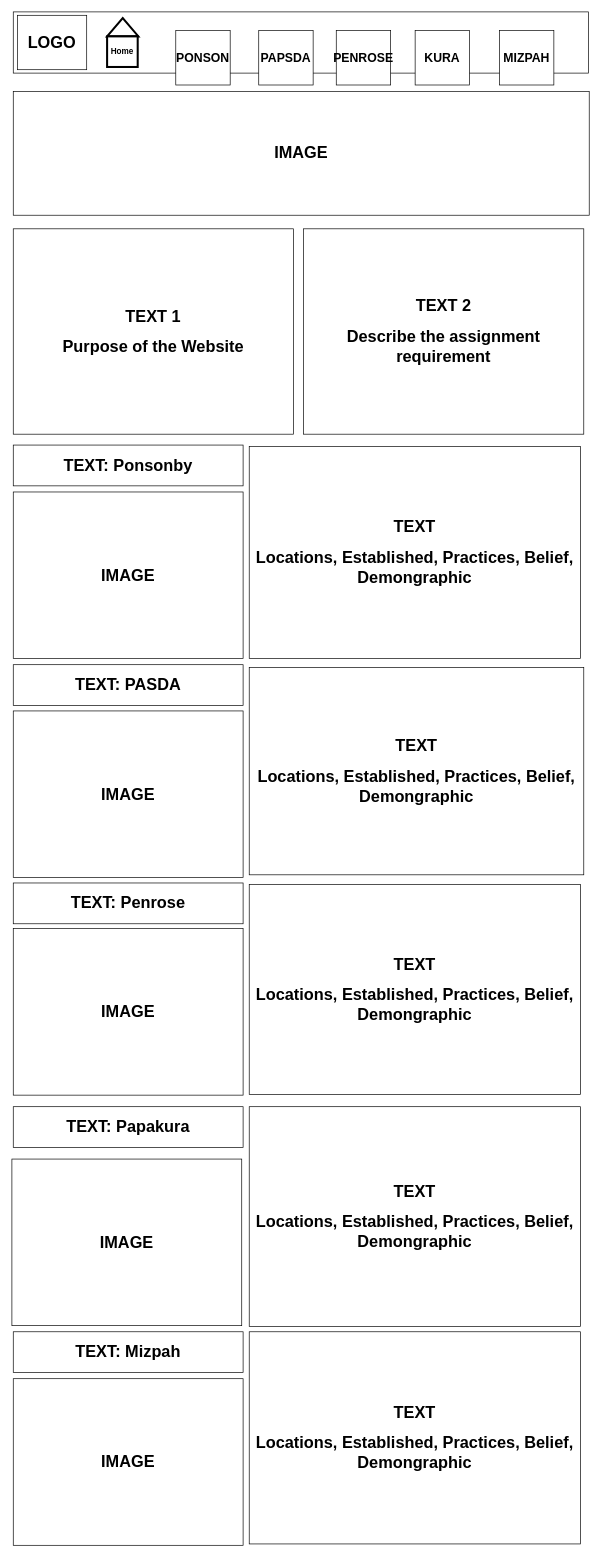
This is page "Page-1" (1 of 5) of Inkscape/WEBSITE DESIGN.drawio from sela-alekisio/Digitaltech, a draw.io file, before an edit. Source tidied: cells renumbered, new cells numbered last; positions are measured from the earlier drawing's top-left corner, leaving out a move shared by most shapes. Both pictures are drawn from the tidied source at 68%, with x=0, y=0 at pixel (12, 12).
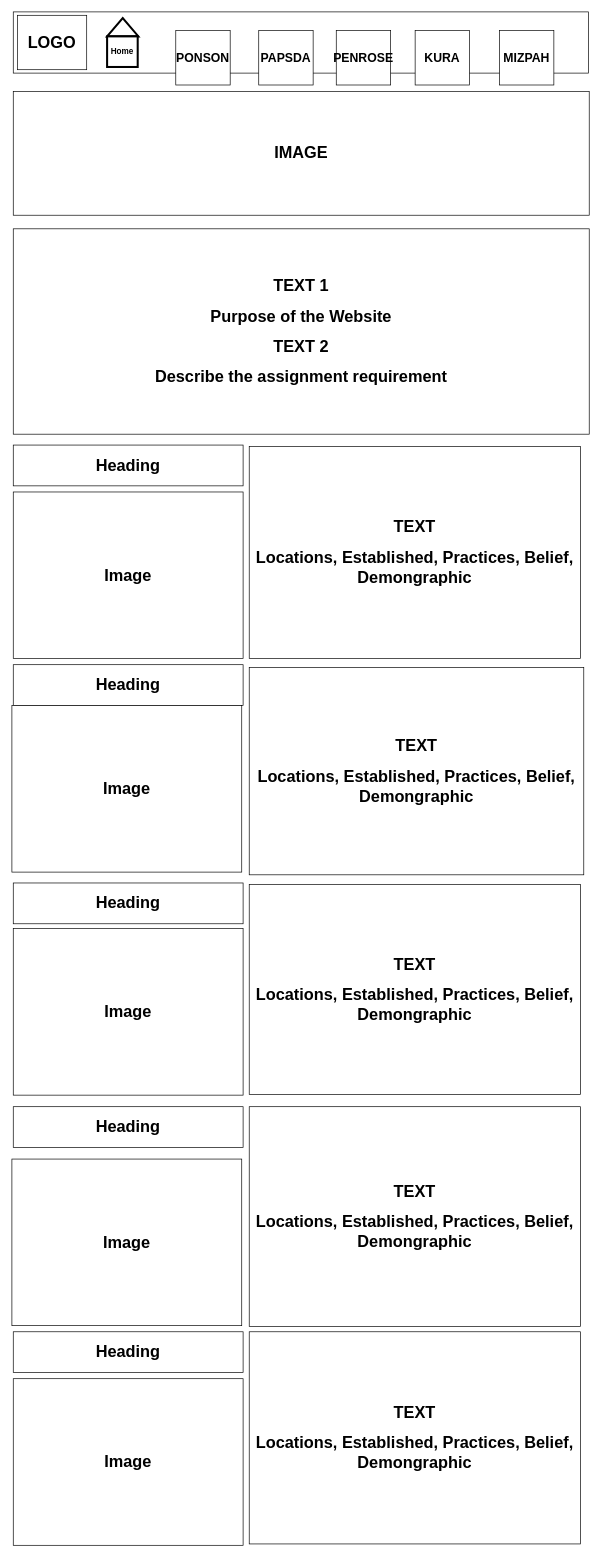
After the change.

Commit message:
LAYOUT FOR WEBSITE

What changed in the source:
```diff
@@
-    <mxCell id="12" value="&lt;h1&gt;TEXT: Mizpah&lt;/h1&gt;" style="rounded=0;whiteSpace=wrap;html=1;" parent="1" vertex="1">
+    <mxCell id="12" value="&lt;h1&gt;Heading&lt;/h1&gt;" style="rounded=0;whiteSpace=wrap;html=1;" parent="1" vertex="1">
       <mxGeometry x="2" y="1941" width="338" height="60" as="geometry" />
     </mxCell>
-    <mxCell id="13" value="&lt;h1&gt;IMAGE&lt;/h1&gt;" style="rounded=0;whiteSpace=wrap;html=1;" parent="1" vertex="1">
+    <mxCell id="13" value="&lt;h1&gt;Image&lt;/h1&gt;" style="rounded=0;whiteSpace=wrap;html=1;" parent="1" vertex="1">
       <mxGeometry x="2" y="2010" width="338" height="245" as="geometry" />
     </mxCell>
-    <mxCell id="14" value="&lt;h1&gt;TEXT: Penrose&lt;/h1&gt;" style="rounded=0;whiteSpace=wrap;html=1;" parent="1" vertex="1">
+    <mxCell id="14" value="&lt;h1&gt;Heading&lt;/h1&gt;" style="rounded=0;whiteSpace=wrap;html=1;" parent="1" vertex="1">
       <mxGeometry x="2" y="1281" width="338" height="60" as="geometry" />
     </mxCell>
-    <mxCell id="15" value="&lt;h1&gt;IMAGE&lt;/h1&gt;" style="rounded=0;whiteSpace=wrap;html=1;" parent="1" vertex="1">
+    <mxCell id="15" value="&lt;h1&gt;Image&lt;/h1&gt;" style="rounded=0;whiteSpace=wrap;html=1;" parent="1" vertex="1">
       <mxGeometry x="2" y="1348" width="338" height="245" as="geometry" />
     </mxCell>
-    <mxCell id="16" value="&lt;h1&gt;TEXT: Papakura&lt;/h1&gt;" style="rounded=0;whiteSpace=wrap;html=1;" parent="1" vertex="1">
+    <mxCell id="16" value="&lt;h1&gt;Heading&lt;/h1&gt;" style="rounded=0;whiteSpace=wrap;html=1;" parent="1" vertex="1">
       <mxGeometry x="2" y="1610" width="338" height="60" as="geometry" />
     </mxCell>
-    <mxCell id="17" value="&lt;h1&gt;IMAGE&lt;/h1&gt;" style="rounded=0;whiteSpace=wrap;html=1;" parent="1" vertex="1">
+    <mxCell id="17" value="&lt;h1&gt;Image&lt;/h1&gt;" style="rounded=0;whiteSpace=wrap;html=1;" parent="1" vertex="1">
       <mxGeometry y="1687" width="338" height="245" as="geometry" />
     </mxCell>
-    <mxCell id="18" value="&lt;h1&gt;TEXT: Ponsonby&lt;/h1&gt;" style="rounded=0;whiteSpace=wrap;html=1;" parent="1" vertex="1">
+    <mxCell id="18" value="&lt;h1&gt;Heading&lt;/h1&gt;" style="rounded=0;whiteSpace=wrap;html=1;" parent="1" vertex="1">
       <mxGeometry x="2" y="637" width="338" height="60" as="geometry" />
     </mxCell>
-    <mxCell id="19" value="&lt;h1&gt;IMAGE&lt;/h1&gt;" style="rounded=0;whiteSpace=wrap;html=1;" parent="1" vertex="1">
+    <mxCell id="19" value="&lt;h1&gt;Image&lt;/h1&gt;" style="rounded=0;whiteSpace=wrap;html=1;" parent="1" vertex="1">
       <mxGeometry x="2" y="706" width="338" height="245" as="geometry" />
     </mxCell>
-    <mxCell id="20" value="&lt;h1&gt;TEXT: PASDA&lt;/h1&gt;" style="rounded=0;whiteSpace=wrap;html=1;" parent="1" vertex="1">
+    <mxCell id="20" value="&lt;h1&gt;Heading&lt;/h1&gt;" style="rounded=0;whiteSpace=wrap;html=1;" parent="1" vertex="1">
       <mxGeometry x="2" y="960" width="338" height="60" as="geometry" />
     </mxCell>
-    <mxCell id="21" value="&lt;h1&gt;IMAGE&lt;/h1&gt;" style="rounded=0;whiteSpace=wrap;html=1;" parent="1" vertex="1">
-      <mxGeometry x="2" y="1028" width="338" height="245" as="geometry" />
+    <mxCell id="21" value="&lt;h1&gt;Image&lt;/h1&gt;" style="rounded=0;whiteSpace=wrap;html=1;" parent="1" vertex="1">
+      <mxGeometry y="1020" width="338" height="245" as="geometry" />
     </mxCell>
@@
-    <mxCell id="27" value="&lt;h1&gt;TEXT 1&lt;/h1&gt;&lt;h1&gt;Purpose of the Website&lt;/h1&gt;" style="rounded=0;whiteSpace=wrap;html=1;" parent="1" vertex="1">
-      <mxGeometry x="2" y="319" width="412" height="302" as="geometry" />
+    <mxCell id="27" value="&lt;h1&gt;TEXT 1&lt;/h1&gt;&lt;h1&gt;Purpose of the Website&lt;/h1&gt;&lt;h1&gt;TEXT 2&lt;/h1&gt;&lt;h1&gt;Describe the assignment requirement&lt;/h1&gt;" style="rounded=0;whiteSpace=wrap;html=1;" parent="1" vertex="1">
+      <mxGeometry x="2" y="319" width="847" height="302" as="geometry" />
     </mxCell>
-    <mxCell id="28" value="&lt;h1&gt;TEXT 2&lt;/h1&gt;&lt;h1&gt;Describe the assignment requirement&lt;/h1&gt;" style="rounded=0;whiteSpace=wrap;html=1;" parent="1" vertex="1">
-      <mxGeometry x="429" y="319" width="412" height="302" as="geometry" />
-    </mxCell>
```
